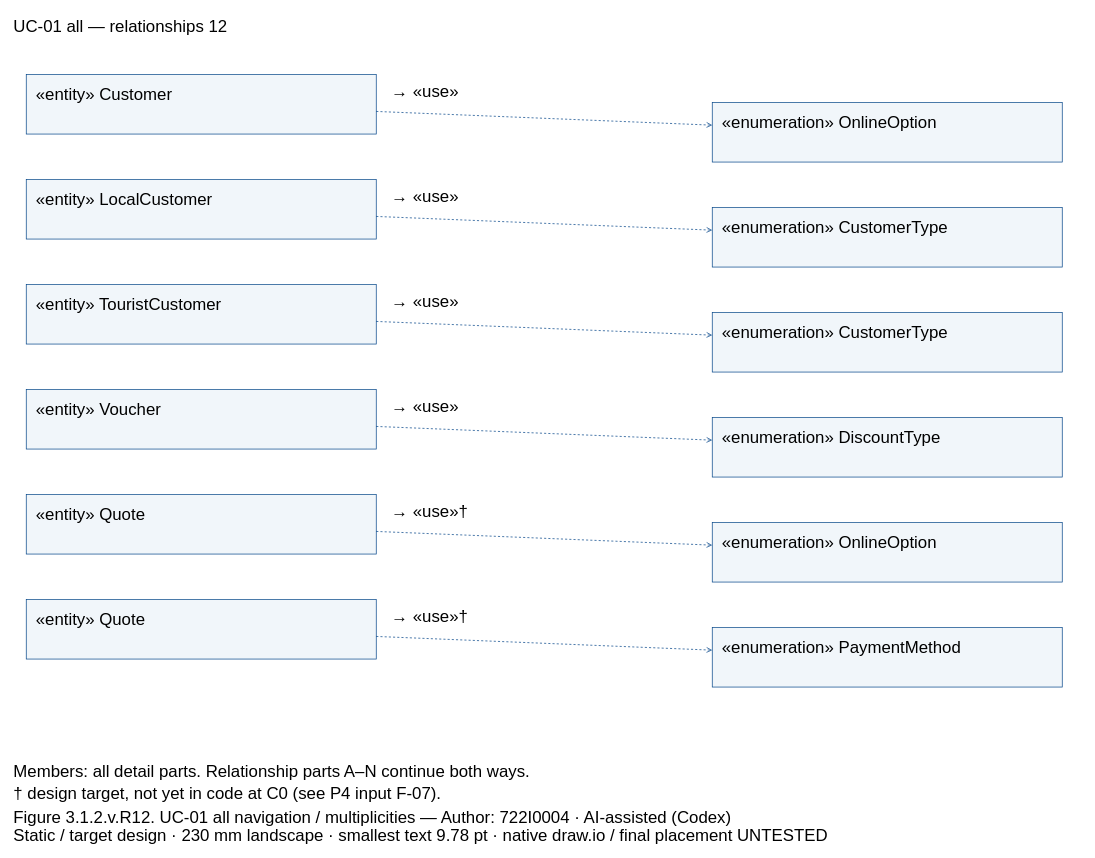
Above: models/UC-01/dcd_uc01_all_links_PartL.drawio in Dat071104/SaigonBite (draw.io), before the change. Source tidied: cells renumbered, new cells numbered last; positions are measured from the earlier drawing's top-left corner, leaving out a move shared by most shapes. Both pictures are drawn from the tidied source at 70%, with x=0, y=0 at pixel (12, 12).
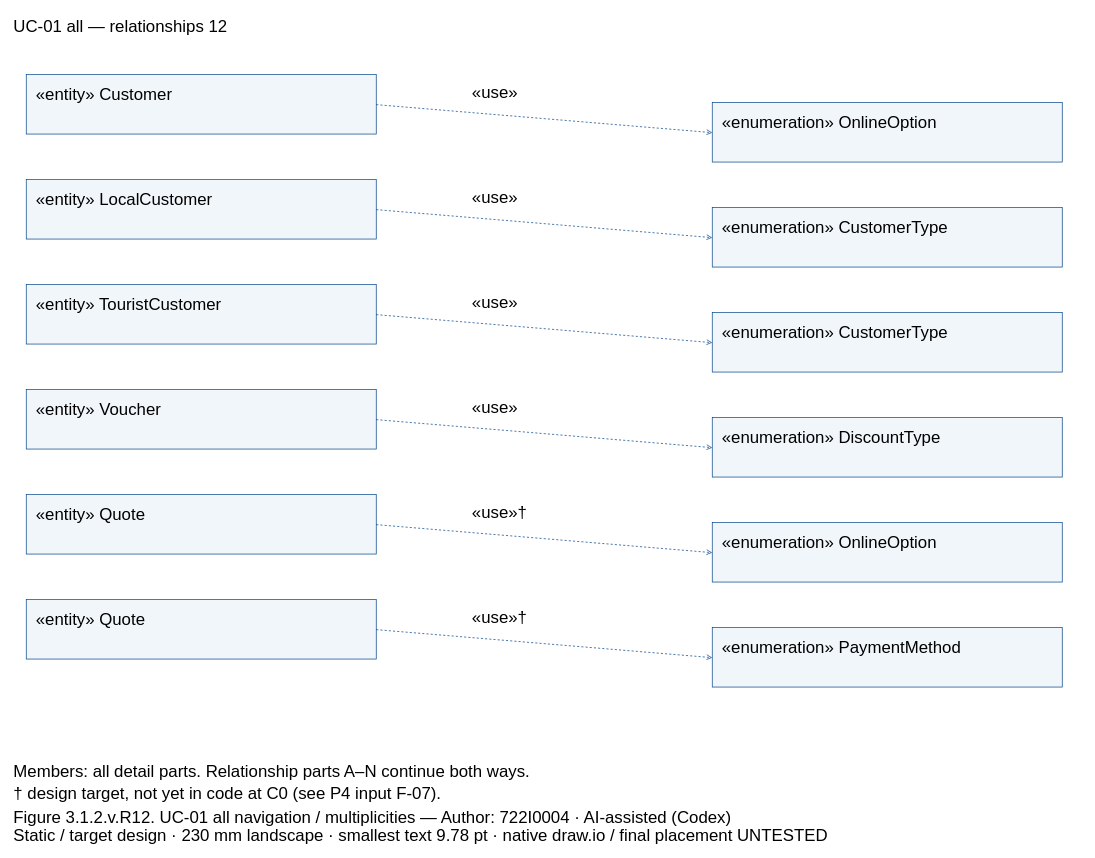
The same diagram, later.

The change refers to these unchanged cells:
```xml
<mxCell id="3" style="fillColor=#F1F6FA;strokeColor=#004387;fontFamily=Arial;fontSize=24;whiteSpace=wrap;html=0;" parent="1" vertex="1">
  <mxGeometry x="20" y="89" width="500" height="85" as="geometry" />
</mxCell>
<mxCell id="5" style="fillColor=#F1F6FA;strokeColor=#004387;fontFamily=Arial;fontSize=24;whiteSpace=wrap;html=0;" parent="1" vertex="1">
  <mxGeometry x="1000" y="129" width="500" height="85" as="geometry" />
</mxCell>
<mxCell id="7" style="fillColor=#F1F6FA;strokeColor=#004387;fontFamily=Arial;fontSize=24;whiteSpace=wrap;html=0;" parent="1" vertex="1">
  <mxGeometry x="20" y="239" width="500" height="85" as="geometry" />
</mxCell>
<mxCell id="9" style="fillColor=#F1F6FA;strokeColor=#004387;fontFamily=Arial;fontSize=24;whiteSpace=wrap;html=0;" parent="1" vertex="1">
  <mxGeometry x="1000" y="279" width="500" height="85" as="geometry" />
</mxCell>
<mxCell id="11" style="fillColor=#F1F6FA;strokeColor=#004387;fontFamily=Arial;fontSize=24;whiteSpace=wrap;html=0;" parent="1" vertex="1">
  <mxGeometry x="20" y="389" width="500" height="85" as="geometry" />
</mxCell>
<mxCell id="13" style="fillColor=#F1F6FA;strokeColor=#004387;fontFamily=Arial;fontSize=24;whiteSpace=wrap;html=0;" parent="1" vertex="1">
  <mxGeometry x="1000" y="429" width="500" height="85" as="geometry" />
</mxCell>
<mxCell id="15" style="fillColor=#F1F6FA;strokeColor=#004387;fontFamily=Arial;fontSize=24;whiteSpace=wrap;html=0;" parent="1" vertex="1">
  <mxGeometry x="20" y="539" width="500" height="85" as="geometry" />
</mxCell>
<mxCell id="17" style="fillColor=#F1F6FA;strokeColor=#004387;fontFamily=Arial;fontSize=24;whiteSpace=wrap;html=0;" parent="1" vertex="1">
  <mxGeometry x="1000" y="579" width="500" height="85" as="geometry" />
</mxCell>
<mxCell id="19" style="fillColor=#F1F6FA;strokeColor=#004387;fontFamily=Arial;fontSize=24;whiteSpace=wrap;html=0;" parent="1" vertex="1">
  <mxGeometry x="20" y="689" width="500" height="85" as="geometry" />
</mxCell>
<mxCell id="21" style="fillColor=#F1F6FA;strokeColor=#004387;fontFamily=Arial;fontSize=24;whiteSpace=wrap;html=0;" parent="1" vertex="1">
  <mxGeometry x="1000" y="729" width="500" height="85" as="geometry" />
</mxCell>
<mxCell id="23" style="fillColor=#F1F6FA;strokeColor=#004387;fontFamily=Arial;fontSize=24;whiteSpace=wrap;html=0;" parent="1" vertex="1">
  <mxGeometry x="20" y="839" width="500" height="85" as="geometry" />
</mxCell>
<mxCell id="25" style="fillColor=#F1F6FA;strokeColor=#004387;fontFamily=Arial;fontSize=24;whiteSpace=wrap;html=0;" parent="1" vertex="1">
  <mxGeometry x="1000" y="879" width="500" height="85" as="geometry" />
</mxCell>
```

What changed in the source:
```diff
@@
-    <mxCell id="27" style="edgeStyle=none;endArrow=open;dashed=1;strokeColor=#004387;" parent="1" edge="1" source="3" target="5">
+    <mxCell id="27" style="edgeStyle=none;endArrow=open;endFill=0;dashed=1;strokeColor=#004387;exitX=1.0;exitY=0.5058823529411764;exitPerimeter=0;entryX=0.0;entryY=0.5058823529411764;entryPerimeter=0;" parent="1" edge="1" source="3" target="5">
       <mxGeometry relative="1" as="geometry" />
     </mxCell>
-    <mxCell id="28" value="→ «use»" style="text;align=left;verticalAlign=top;strokeColor=none;fillColor=none;fontFamily=Arial;fontSize=24;whiteSpace=wrap;html=0;" parent="1" vertex="1">
-      <mxGeometry x="540" y="93" width="440" height="27.6" as="geometry" />
-    </mxCell>
+    <mxCell id="43" value="«use»" style="text;align=left;verticalAlign=top;strokeColor=none;fillColor=none;fontFamily=Arial;fontSize=24;whiteSpace=wrap;html=0;" parent="1" vertex="1">
+      <mxGeometry x="655" y="94" width="330" height="27.6" as="geometry" />
+    </mxCell>
-    <mxCell id="29" style="edgeStyle=none;endArrow=open;dashed=1;strokeColor=#004387;" parent="1" edge="1" source="7" target="9">
+    <mxCell id="29" style="edgeStyle=none;endArrow=open;endFill=0;dashed=1;strokeColor=#004387;exitX=1.0;exitY=0.5058823529411764;exitPerimeter=0;entryX=0.0;entryY=0.5058823529411764;entryPerimeter=0;" parent="1" edge="1" source="7" target="9">
       <mxGeometry relative="1" as="geometry" />
     </mxCell>
-    <mxCell id="30" value="→ «use»" style="text;align=left;verticalAlign=top;strokeColor=none;fillColor=none;fontFamily=Arial;fontSize=24;whiteSpace=wrap;html=0;" parent="1" vertex="1">
-      <mxGeometry x="540" y="243" width="440" height="27.6" as="geometry" />
-    </mxCell>
+    <mxCell id="44" value="«use»" style="text;align=left;verticalAlign=top;strokeColor=none;fillColor=none;fontFamily=Arial;fontSize=24;whiteSpace=wrap;html=0;" parent="1" vertex="1">
+      <mxGeometry x="655" y="244" width="330" height="27.6" as="geometry" />
+    </mxCell>
-    <mxCell id="31" style="edgeStyle=none;endArrow=open;dashed=1;strokeColor=#004387;" parent="1" edge="1" source="11" target="13">
+    <mxCell id="31" style="edgeStyle=none;endArrow=open;endFill=0;dashed=1;strokeColor=#004387;exitX=1.0;exitY=0.5058823529411764;exitPerimeter=0;entryX=0.0;entryY=0.5058823529411764;entryPerimeter=0;" parent="1" edge="1" source="11" target="13">
       <mxGeometry relative="1" as="geometry" />
     </mxCell>
-    <mxCell id="32" value="→ «use»" style="text;align=left;verticalAlign=top;strokeColor=none;fillColor=none;fontFamily=Arial;fontSize=24;whiteSpace=wrap;html=0;" parent="1" vertex="1">
-      <mxGeometry x="540" y="393" width="440" height="27.6" as="geometry" />
-    </mxCell>
+    <mxCell id="45" value="«use»" style="text;align=left;verticalAlign=top;strokeColor=none;fillColor=none;fontFamily=Arial;fontSize=24;whiteSpace=wrap;html=0;" parent="1" vertex="1">
+      <mxGeometry x="655" y="394" width="330" height="27.6" as="geometry" />
+    </mxCell>
-    <mxCell id="33" style="edgeStyle=none;endArrow=open;dashed=1;strokeColor=#004387;" parent="1" edge="1" source="15" target="17">
+    <mxCell id="33" style="edgeStyle=none;endArrow=open;endFill=0;dashed=1;strokeColor=#004387;exitX=1.0;exitY=0.5058823529411764;exitPerimeter=0;entryX=0.0;entryY=0.5058823529411764;entryPerimeter=0;" parent="1" edge="1" source="15" target="17">
       <mxGeometry relative="1" as="geometry" />
     </mxCell>
-    <mxCell id="34" value="→ «use»" style="text;align=left;verticalAlign=top;strokeColor=none;fillColor=none;fontFamily=Arial;fontSize=24;whiteSpace=wrap;html=0;" parent="1" vertex="1">
-      <mxGeometry x="540" y="543" width="440" height="27.6" as="geometry" />
-    </mxCell>
+    <mxCell id="46" value="«use»" style="text;align=left;verticalAlign=top;strokeColor=none;fillColor=none;fontFamily=Arial;fontSize=24;whiteSpace=wrap;html=0;" parent="1" vertex="1">
+      <mxGeometry x="655" y="544" width="330" height="27.6" as="geometry" />
+    </mxCell>
-    <mxCell id="35" style="edgeStyle=none;endArrow=open;dashed=1;strokeColor=#004387;" parent="1" edge="1" source="19" target="21">
+    <mxCell id="35" style="edgeStyle=none;endArrow=open;endFill=0;dashed=1;strokeColor=#004387;exitX=1.0;exitY=0.5058823529411764;exitPerimeter=0;entryX=0.0;entryY=0.5058823529411764;entryPerimeter=0;" parent="1" edge="1" source="19" target="21">
       <mxGeometry relative="1" as="geometry" />
     </mxCell>
-    <mxCell id="36" value="→ «use»†" style="text;align=left;verticalAlign=top;strokeColor=none;fillColor=none;fontFamily=Arial;fontSize=24;whiteSpace=wrap;html=0;" parent="1" vertex="1">
-      <mxGeometry x="540" y="693" width="440" height="27.6" as="geometry" />
-    </mxCell>
+    <mxCell id="47" value="«use»†" style="text;align=left;verticalAlign=top;strokeColor=none;fillColor=none;fontFamily=Arial;fontSize=24;whiteSpace=wrap;html=0;" parent="1" vertex="1">
+      <mxGeometry x="655" y="694" width="330" height="27.6" as="geometry" />
+    </mxCell>
-    <mxCell id="37" style="edgeStyle=none;endArrow=open;dashed=1;strokeColor=#004387;" parent="1" edge="1" source="23" target="25">
+    <mxCell id="37" style="edgeStyle=none;endArrow=open;endFill=0;dashed=1;strokeColor=#004387;exitX=1.0;exitY=0.5058823529411764;exitPerimeter=0;entryX=0.0;entryY=0.5058823529411764;entryPerimeter=0;" parent="1" edge="1" source="23" target="25">
       <mxGeometry relative="1" as="geometry" />
     </mxCell>
-    <mxCell id="38" value="→ «use»†" style="text;align=left;verticalAlign=top;strokeColor=none;fillColor=none;fontFamily=Arial;fontSize=24;whiteSpace=wrap;html=0;" parent="1" vertex="1">
-      <mxGeometry x="540" y="843" width="440" height="27.6" as="geometry" />
-    </mxCell>
+    <mxCell id="48" value="«use»†" style="text;align=left;verticalAlign=top;strokeColor=none;fillColor=none;fontFamily=Arial;fontSize=24;whiteSpace=wrap;html=0;" parent="1" vertex="1">
+      <mxGeometry x="655" y="844" width="330" height="27.6" as="geometry" />
+    </mxCell>
```
